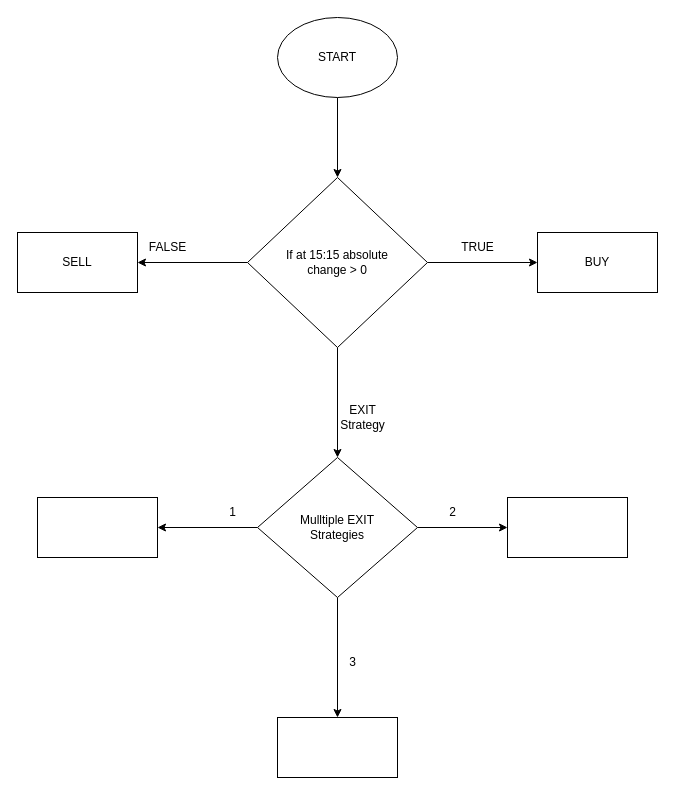
Above: drawings/back-test.drawio in kaifahmad/Analytics (draw.io), before the change. Source tidied: cells renumbered, new cells numbered last; positions are measured from the earlier drawing's top-left corner, leaving out a move shared by most shapes. Both pictures are drawn from the tidied source at 100%, with x=0, y=0 at pixel (17, 17).
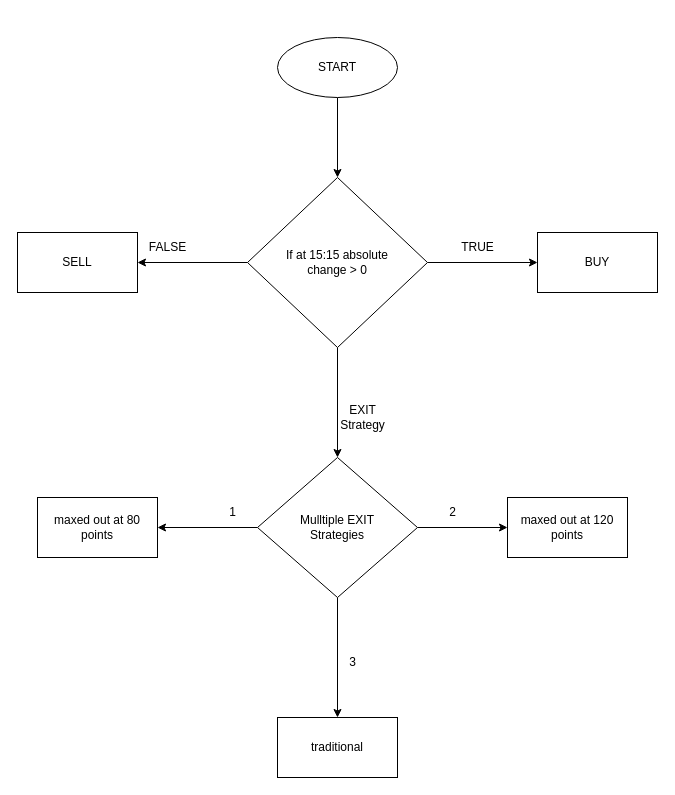
After the change.

The edit, as a diff of the source:
```diff
@@
     <mxCell id="3" value="START" style="ellipse;whiteSpace=wrap;html=1;" parent="1" vertex="1">
-      <mxGeometry x="260" width="120" height="80" as="geometry" />
+      <mxGeometry x="260" y="20" width="120" height="60" as="geometry" />
     </mxCell>
@@
-    <mxCell id="17" style="whiteSpace=wrap;html=1;" parent="1" vertex="1">
+    <mxCell id="17" value="maxed out at 80 points" style="whiteSpace=wrap;html=1;" parent="1" vertex="1">
       <mxGeometry x="20" y="480" width="120" height="60" as="geometry" />
     </mxCell>
@@
-    <mxCell id="19" style="whiteSpace=wrap;html=1;" parent="1" vertex="1">
+    <mxCell id="19" value="maxed out at 120 points" style="whiteSpace=wrap;html=1;" parent="1" vertex="1">
       <mxGeometry x="490" y="480" width="120" height="60" as="geometry" />
     </mxCell>
@@
-    <mxCell id="21" style="whiteSpace=wrap;html=1;" parent="1" vertex="1">
+    <mxCell id="21" value="traditional" style="whiteSpace=wrap;html=1;" parent="1" vertex="1">
       <mxGeometry x="260" y="700" width="120" height="60" as="geometry" />
     </mxCell>
```
